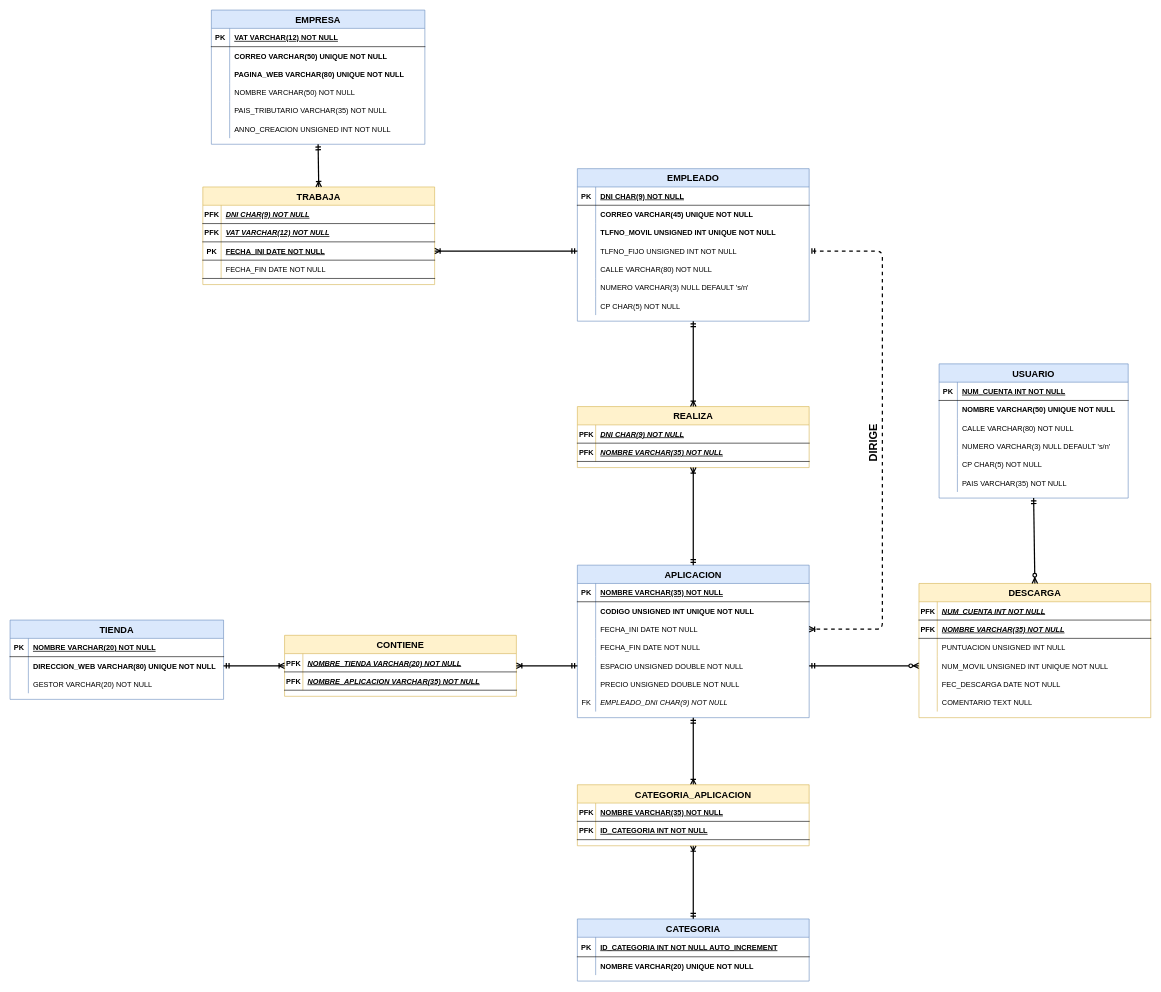
This is DiagramaRelacional.drawio from AlbertoUAH/Bases-de-datos-SQL, a draw.io file, before an edit. Source tidied: cells renumbered, new cells numbered last; positions are measured from the earlier drawing's top-left corner, leaving out a move shared by most shapes. Both pictures are drawn from the tidied source at 61%, with x=0, y=0 at pixel (10, 10).
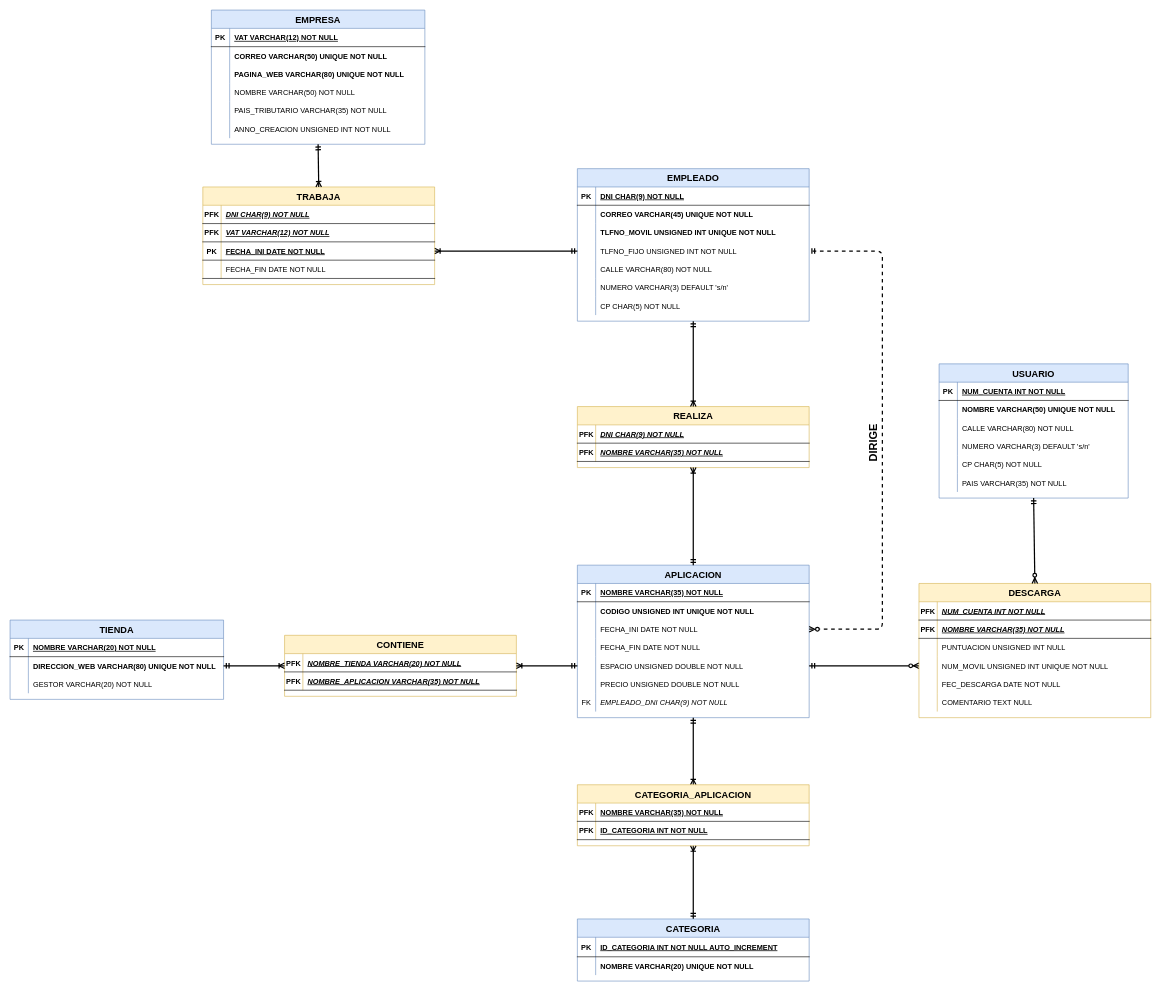
After the change.

The change refers to these unchanged cells:
```xml
<mxCell id="31" style="shape=partialRectangle;fillColor=none;points=[[0,0.5],[1,0.5]];portConstraint=eastwest;top=0;left=0;right=0;bottom=0;" parent="21" vertex="1">
  <mxGeometry y="120" width="380" height="30" as="geometry" />
</mxCell>
<mxCell id="37" style="shape=partialRectangle;fillColor=none;top=0;left=0;right=0;bottom=0;" parent="21" vertex="1">
  <mxGeometry y="180" width="380" height="30" as="geometry" />
</mxCell>
<mxCell id="57" style="shape=partialRectangle;fillColor=none;points=[[0,0.5],[1,0.5]];portConstraint=eastwest;top=0;left=0;right=0;bottom=0;" parent="50" vertex="1">
  <mxGeometry y="90" width="380" height="30" as="geometry" />
</mxCell>
<mxCell id="140" style="shape=partialRectangle;fillColor=none;top=0;left=0;right=0;bottom=0;" parent="130" vertex="1">
  <mxGeometry y="120" width="310" height="30" as="geometry" />
</mxCell>
```

What changed in the source:
```diff
@@
-    <mxCell id="39" value="NUMERO VARCHAR(3) NULL DEFAULT 's/n'" style="shape=partialRectangle;overflow=hidden;fillColor=none;top=0;left=0;bottom=0;right=0;align=left;spacingLeft=6;" parent="37" vertex="1">
+    <mxCell id="39" value="NUMERO VARCHAR(3) DEFAULT 's/n'" style="shape=partialRectangle;overflow=hidden;fillColor=none;top=0;left=0;bottom=0;right=0;align=left;spacingLeft=6;" parent="37" vertex="1">
       <mxGeometry x="30" width="350" height="30" as="geometry" />
     </mxCell>
@@
-    <mxCell id="142" value="NUMERO VARCHAR(3) NULL DEFAULT 's/n'" style="shape=partialRectangle;overflow=hidden;fillColor=none;top=0;left=0;bottom=0;right=0;align=left;spacingLeft=6;" parent="140" vertex="1">
+    <mxCell id="142" value="NUMERO VARCHAR(3) DEFAULT 's/n'" style="shape=partialRectangle;overflow=hidden;fillColor=none;top=0;left=0;bottom=0;right=0;align=left;spacingLeft=6;" parent="140" vertex="1">
       <mxGeometry x="30" width="280" height="30" as="geometry" />
     </mxCell>
@@
-    <mxCell id="150" style="endArrow=ERmandOne;html=1;strokeColor=#000000;entryX=1;entryY=0.5;entryDx=0;entryDy=0;exitX=1;exitY=0.5;exitDx=0;exitDy=0;startArrow=ERoneToMany;startFill=0;endFill=0;dashed=1;jumpSize=6;strokeWidth=2;" parent="1" edge="1" source="57" target="31">
+    <mxCell id="150" style="endArrow=ERmandOne;html=1;strokeColor=#000000;entryX=1;entryY=0.5;entryDx=0;entryDy=0;exitX=1;exitY=0.5;exitDx=0;exitDy=0;startArrow=ERzeroToMany;startFill=1;endFill=0;dashed=1;jumpSize=6;strokeWidth=2;" parent="1" edge="1" source="57" target="31">
       <mxGeometry relative="1" as="geometry">
         <Array as="points">
           <mxPoint x="1430" y="1015" />
           <mxPoint x="1430" y="395" />
         </Array>
       </mxGeometry>
     </mxCell>
```
